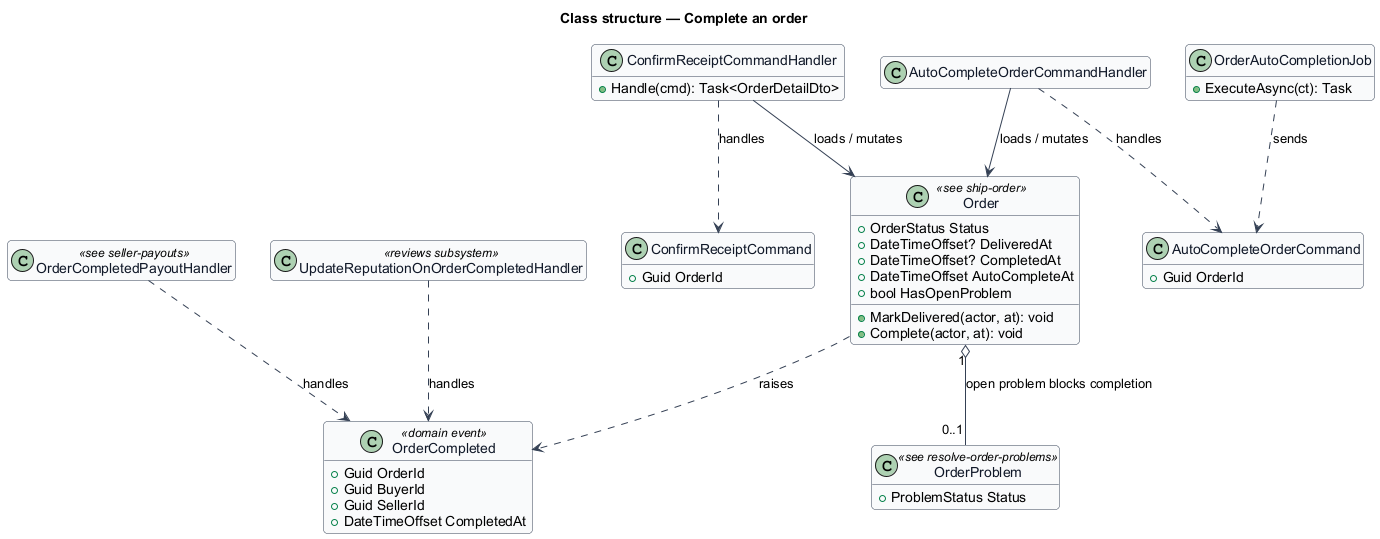
Above: docs/detailed-designs/orders/complete-order/diagrams/class-structure.png in QuinntyneBrown/12l (PlantUML), before the change.
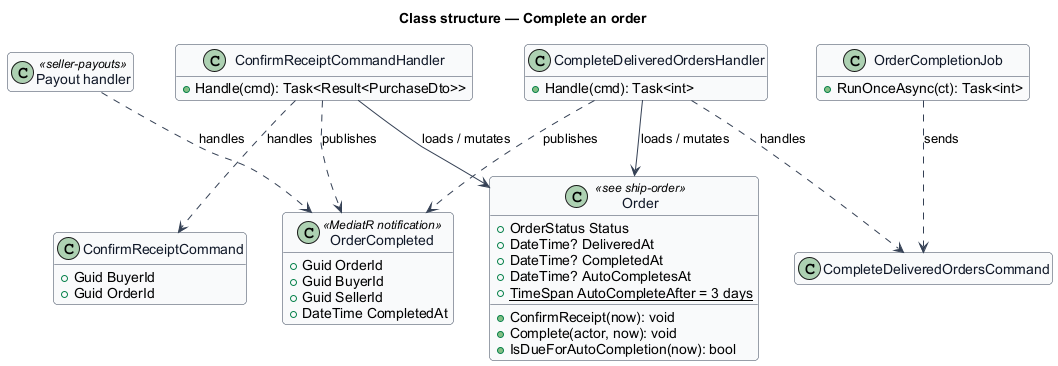
After the change.

What changed in the source:
```diff
@@ -14,44 +14,41 @@
 
 class Order <<see ship-order>> {
   +OrderStatus Status
-  +DateTimeOffset? DeliveredAt
-  +DateTimeOffset? CompletedAt
-  +DateTimeOffset AutoCompleteAt
-  +bool HasOpenProblem
-  +MarkDelivered(actor, at): void
-  +Complete(actor, at): void
+  +DateTime? DeliveredAt
+  +DateTime? CompletedAt
+  +DateTime? AutoCompletesAt
+  +{static} TimeSpan AutoCompleteAfter = 3 days
+  +ConfirmReceipt(now): void
+  +Complete(actor, now): void
+  +IsDueForAutoCompletion(now): bool
 }
 class ConfirmReceiptCommand {
+  +Guid BuyerId
   +Guid OrderId
 }
 class ConfirmReceiptCommandHandler {
-  +Handle(cmd): Task<OrderDetailDto>
+  +Handle(cmd): Task<Result<PurchaseDto>>
 }
-class AutoCompleteOrderCommand {
-  +Guid OrderId
+class CompleteDeliveredOrdersCommand
+class CompleteDeliveredOrdersHandler {
+  +Handle(cmd): Task<int>
 }
-class AutoCompleteOrderCommandHandler
-class OrderAutoCompletionJob {
-  +ExecuteAsync(ct): Task
+class OrderCompletionJob {
+  +RunOnceAsync(ct): Task<int>
 }
-class OrderCompleted <<domain event>> {
+class OrderCompleted <<MediatR notification>> {
   +Guid OrderId
   +Guid BuyerId
   +Guid SellerId
-  +DateTimeOffset CompletedAt
+  +DateTime CompletedAt
 }
-class OrderCompletedPayoutHandler <<see seller-payouts>>
-class UpdateReputationOnOrderCompletedHandler <<reviews subsystem>>
-class OrderProblem <<see resolve-order-problems>> {
-  +ProblemStatus Status
-}
+class "Payout handler" as PayoutHandler <<seller-payouts>>
 ConfirmReceiptCommandHandler ..> ConfirmReceiptCommand : handles
 ConfirmReceiptCommandHandler --> Order : loads / mutates
-AutoCompleteOrderCommandHandler ..> AutoCompleteOrderCommand : handles
-AutoCompleteOrderCommandHandler --> Order : loads / mutates
-OrderAutoCompletionJob ..> AutoCompleteOrderCommand : sends
-Order "1" o-- "0..1" OrderProblem : open problem blocks completion
-Order ..> OrderCompleted : raises
-OrderCompletedPayoutHandler ..> OrderCompleted : handles
-UpdateReputationOnOrderCompletedHandler ..> OrderCompleted : handles
+CompleteDeliveredOrdersHandler ..> CompleteDeliveredOrdersCommand : handles
+CompleteDeliveredOrdersHandler --> Order : loads / mutates
+OrderCompletionJob ..> CompleteDeliveredOrdersCommand : sends
+ConfirmReceiptCommandHandler ..> OrderCompleted : publishes
+CompleteDeliveredOrdersHandler ..> OrderCompleted : publishes
+PayoutHandler ..> OrderCompleted : handles
 @enduml
```
